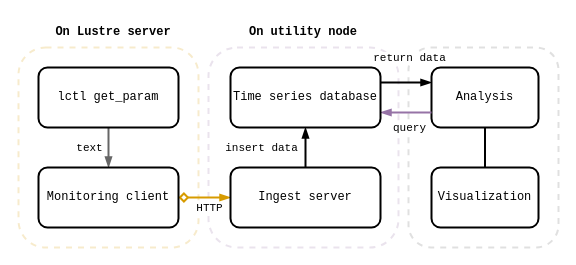
This is content/figures/lustre-monitor.drawio from jaantollander/masters-thesis, a draw.io file, before an edit. Source tidied: cells renumbered, new cells numbered last; positions are measured from the earlier drawing's top-left corner, leaving out a move shared by most shapes. Both pictures are drawn from the tidied source at 100%, with x=0, y=0 at pixel (18, 17).
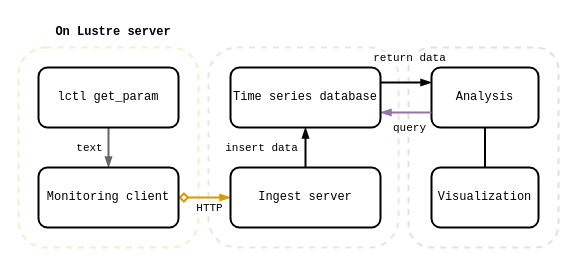
The same page after the edit.

Change to the diagram source:
```diff
@@
-    <mxCell id="15" value="On utility node" style="text;html=1;strokeColor=none;fillColor=none;align=center;verticalAlign=middle;whiteSpace=wrap;rounded=0;strokeWidth=2;fontFamily=Courier New;fontStyle=1;" parent="1" vertex="1">
-      <mxGeometry x="190" width="190" height="30" as="geometry" />
-    </mxCell>
```
